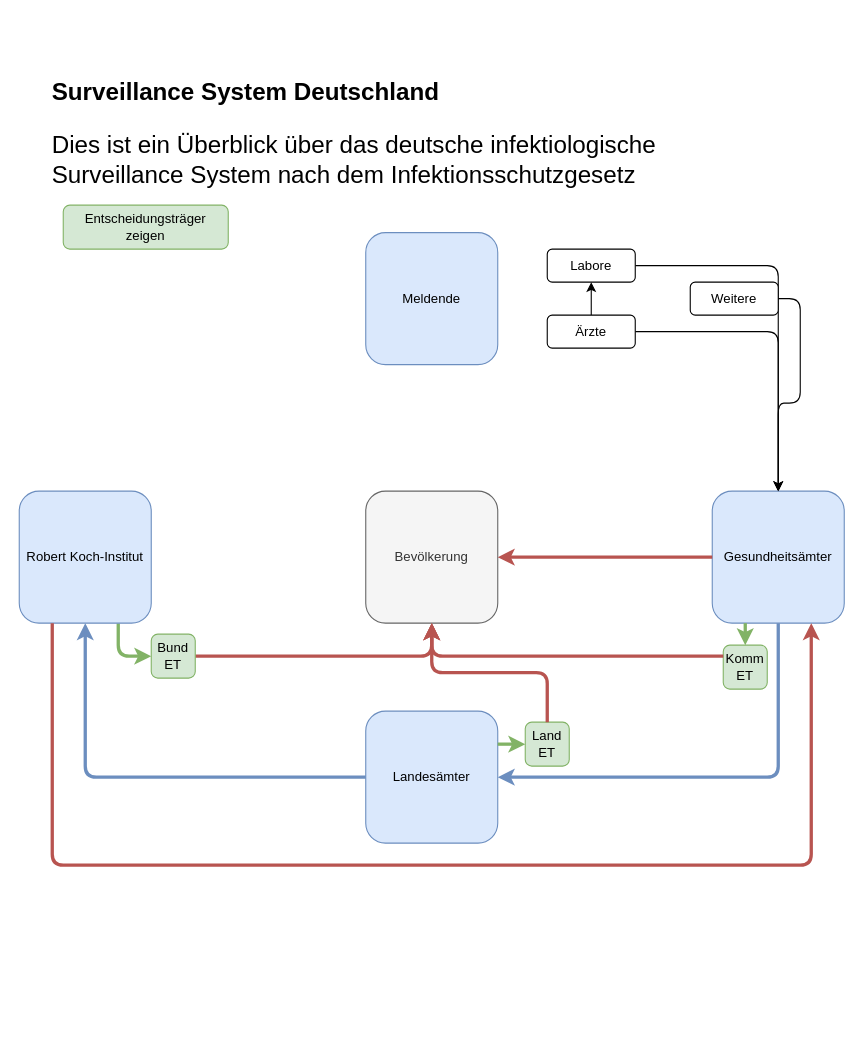
Before: drawio/Surveillance-System-Übersicht.drawio in jakobschumacher/graphs, a draw.io diagram. Source tidied: cells renumbered, new cells numbered last; positions are measured from the earlier drawing's top-left corner, leaving out a move shared by most shapes. Both pictures are drawn from the tidied source at 110%, with x=0, y=0 at pixel (19, 73).
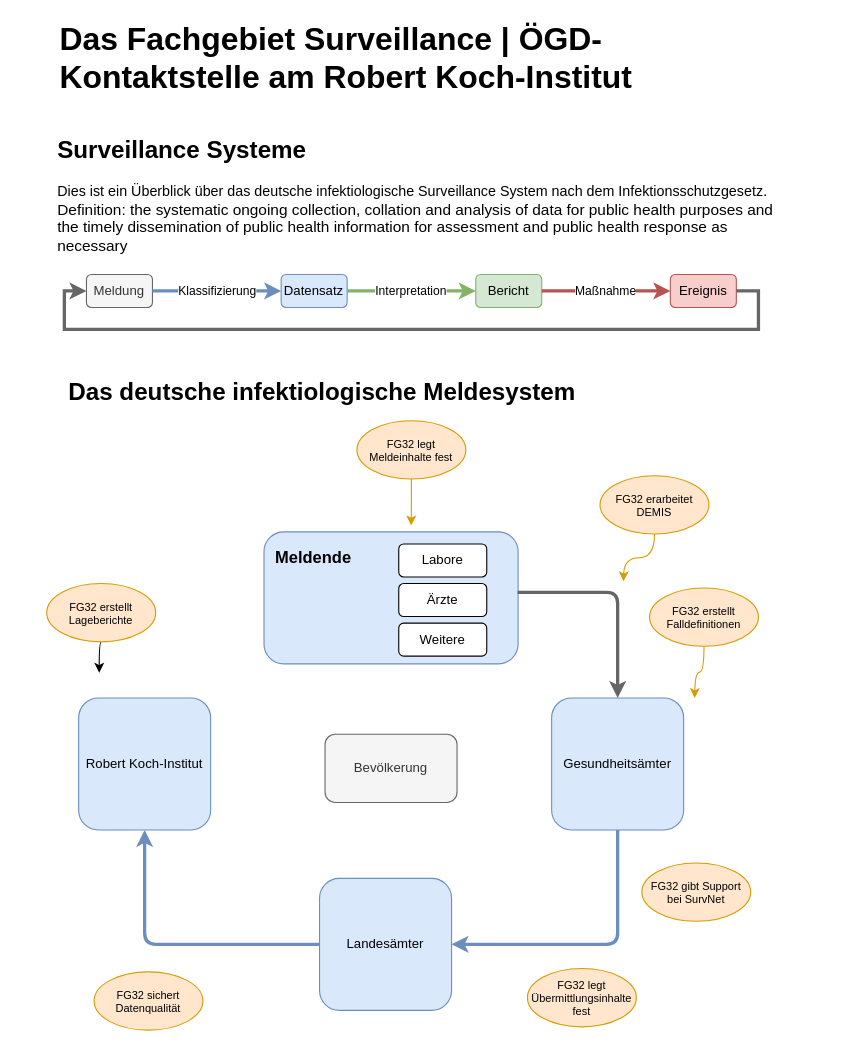
The same diagram, later.

What changed in the source:
```diff
@@
-    <mxCell id="2" style="edgeStyle=orthogonalEdgeStyle;rounded=1;jettySize=auto;html=1;entryX=0.5;entryY=0;entryDx=0;entryDy=0;" parent="1" edge="1" source="3" target="7">
-      <mxGeometry relative="1" as="geometry" />
-    </mxCell>
+    <mxCell id="21" value="Meldende" style="rounded=1;whiteSpace=wrap;html=1;fillColor=#dae8fc;strokeColor=#6c8ebf;align=left;spacing=10;verticalAlign=top;fontStyle=1;fontSize=15;" parent="1" vertex="1">
+      <mxGeometry x="222.5" y="417" width="231" height="120" as="geometry" />
+    </mxCell>
     <mxCell id="3" value="Labore" style="rounded=1;whiteSpace=wrap;html=1;" parent="1" vertex="1">
-      <mxGeometry x="480" y="160" width="80" height="30" as="geometry" />
+      <mxGeometry x="345" y="428" width="80" height="30" as="geometry" />
     </mxCell>
-    <mxCell id="4" style="edgeStyle=orthogonalEdgeStyle;rounded=1;jettySize=auto;html=1;exitX=1;exitY=0.5;exitDx=0;exitDy=0;entryX=0.5;entryY=0;entryDx=0;entryDy=0;" parent="1" edge="1" source="6" target="7">
-      <mxGeometry relative="1" as="geometry" />
-    </mxCell>
-    <mxCell id="5" style="edgeStyle=orthogonalEdgeStyle;rounded=1;jettySize=auto;html=1;exitX=0.5;exitY=0;exitDx=0;exitDy=0;entryX=0.5;entryY=1;entryDx=0;entryDy=0;" parent="1" edge="1" source="6" target="3">
-      <mxGeometry relative="1" as="geometry" />
-    </mxCell>
     <mxCell id="6" value="Ärzte" style="rounded=1;whiteSpace=wrap;html=1;" parent="1" vertex="1">
-      <mxGeometry x="480" y="220" width="80" height="30" as="geometry" />
+      <mxGeometry x="345" y="464" width="80" height="30" as="geometry" />
     </mxCell>
     <mxCell id="7" value="Gesundheitsämter" style="rounded=1;whiteSpace=wrap;html=1;fillColor=#dae8fc;strokeColor=#6c8ebf;" parent="1" vertex="1">
-      <mxGeometry x="630" y="380" width="120" height="120" as="geometry" />
+      <mxGeometry x="484" y="568" width="120" height="120" as="geometry" />
     </mxCell>
     <mxCell id="8" value="Landesämter" style="rounded=1;whiteSpace=wrap;html=1;fillColor=#dae8fc;strokeColor=#6c8ebf;" parent="1" vertex="1">
-      <mxGeometry x="315" y="580" width="120" height="120" as="geometry" />
+      <mxGeometry x="273" y="732" width="120" height="120" as="geometry" />
     </mxCell>
-    <mxCell id="9" style="edgeStyle=orthogonalEdgeStyle;rounded=1;jettySize=auto;html=1;exitX=0.75;exitY=1;exitDx=0;exitDy=0;entryX=0;entryY=0.5;entryDx=0;entryDy=0;fontSize=22;fillColor=#d5e8d4;strokeColor=#82b366;strokeWidth=3;" parent="1" edge="1" source="10" target="19">
-      <mxGeometry relative="1" as="geometry" />
-    </mxCell>
     <mxCell id="10" value="Robert Koch-Institut" style="rounded=1;whiteSpace=wrap;html=1;fillColor=#dae8fc;strokeColor=#6c8ebf;" parent="1" vertex="1">
-      <mxGeometry y="380" width="120" height="120" as="geometry" />
+      <mxGeometry x="54" y="568" width="120" height="120" as="geometry" />
     </mxCell>
@@
     <mxCell id="13" value="Weitere " style="rounded=1;whiteSpace=wrap;html=1;" parent="1" vertex="1">
-      <mxGeometry x="610" y="190" width="80" height="30" as="geometry" />
+      <mxGeometry x="345" y="500" width="80" height="30" as="geometry" />
     </mxCell>
-    <mxCell id="14" style="edgeStyle=orthogonalEdgeStyle;rounded=1;jettySize=auto;html=1;entryX=0.5;entryY=0;entryDx=0;entryDy=0;exitX=1;exitY=0.5;exitDx=0;exitDy=0;" parent="1" edge="1" source="13" target="7">
+    <mxCell id="14" style="edgeStyle=orthogonalEdgeStyle;rounded=1;jettySize=auto;html=1;entryX=0.5;entryY=0;entryDx=0;entryDy=0;fillColor=#f5f5f5;strokeColor=#666666;strokeWidth=3;exitX=0.998;exitY=0.458;exitDx=0;exitDy=0;exitPerimeter=0;" parent="1" edge="1" source="21" target="7">
       <mxGeometry relative="1" as="geometry" />
     </mxCell>
     <mxCell id="15" value="Bevölkerung" style="rounded=1;whiteSpace=wrap;html=1;fillColor=#f5f5f5;strokeColor=#666666;fontColor=#333333;" parent="1" vertex="1">
-      <mxGeometry x="315" y="380" width="120" height="120" as="geometry" />
+      <mxGeometry x="278" y="601" width="120" height="62" as="geometry" />
     </mxCell>
-    <mxCell id="16" value="&lt;div&gt;Land&lt;/div&gt;&lt;div&gt;ET&lt;br&gt;&lt;/div&gt;" style="rounded=1;whiteSpace=wrap;html=1;fillColor=#d5e8d4;strokeColor=#82b366;" parent="1" vertex="1">
-      <mxGeometry x="460" y="590" width="40" height="40" as="geometry" />
-    </mxCell>
-    <mxCell id="17" value="&lt;h1 style=&quot;font-size: 22px&quot;&gt;Surveillance System Deutschland&lt;/h1&gt;&lt;p style=&quot;font-size: 22px&quot;&gt;Dies ist ein Überblick über das deutsche infektiologische Surveillance System nach dem Infektionsschutzgesetz&lt;br&gt;&lt;/p&gt;" style="text;html=1;strokeColor=none;fillColor=none;spacing=5;spacingTop=-20;whiteSpace=wrap;overflow=hidden;rounded=0;fontSize=22;" parent="1" vertex="1">
-      <mxGeometry x="25" width="670" height="110" as="geometry" />
+    <mxCell id="17" value="&lt;h1 style=&quot;font-size: 22px&quot;&gt;Surveillance Systeme&lt;br&gt;&lt;/h1&gt;&lt;p style=&quot;font-size: 13px;&quot;&gt;Dies ist ein Überblick über das deutsche infektiologische Surveillance System nach dem Infektionsschutzgesetz&lt;font style=&quot;font-size: 14px;&quot;&gt;. Definition: the systematic ongoing collection, collation and analysis of data for public health purposes and the timely dissemination of public health information for assessment and public health response as necessary&lt;/font&gt;&lt;/p&gt;" style="text;html=1;strokeColor=none;fillColor=none;spacing=5;spacingTop=-20;whiteSpace=wrap;overflow=hidden;rounded=0;fontSize=22;" parent="1" vertex="1">
+      <mxGeometry x="30" y="53" width="668" height="184" as="geometry" />
     </mxCell>
-    <mxCell id="18" style="edgeStyle=orthogonalEdgeStyle;rounded=1;jettySize=auto;html=1;exitX=1;exitY=0.5;exitDx=0;exitDy=0;entryX=0.5;entryY=1;entryDx=0;entryDy=0;fontSize=22;fillColor=#f8cecc;strokeColor=#b85450;strokeWidth=3;" parent="1" edge="1" source="19" target="15">
-      <mxGeometry relative="1" as="geometry" />
-    </mxCell>
-    <mxCell id="19" value="Bund&lt;br&gt;&lt;div&gt;ET&lt;br&gt;&lt;/div&gt;" style="rounded=1;whiteSpace=wrap;html=1;fillColor=#d5e8d4;strokeColor=#82b366;" parent="1" vertex="1">
-      <mxGeometry x="120" y="510" width="40" height="40" as="geometry" />
-    </mxCell>
-    <mxCell id="20" value="&lt;div&gt;Komm&lt;br&gt;&lt;/div&gt;&lt;div&gt;ET&lt;br&gt;&lt;/div&gt;" style="rounded=1;whiteSpace=wrap;html=1;fillColor=#d5e8d4;strokeColor=#82b366;" parent="1" vertex="1">
-      <mxGeometry x="640" y="520" width="40" height="40" as="geometry" />
-    </mxCell>
-    <mxCell id="21" value="Meldende" style="rounded=1;whiteSpace=wrap;html=1;fillColor=#dae8fc;strokeColor=#6c8ebf;" parent="1" vertex="1">
-      <mxGeometry x="315" y="145" width="120" height="120" as="geometry" />
-    </mxCell>
-    <mxCell id="22" value="&lt;div&gt;Entscheidungsträger&lt;/div&gt;&lt;div&gt;zeigen&lt;br&gt;&lt;/div&gt;" style="rounded=1;whiteSpace=wrap;html=1;fillColor=#d5e8d4;strokeColor=#82b366;shadow=0;" parent="1" vertex="1">
-      <mxGeometry x="40" y="120" width="150" height="40" as="geometry" />
-    </mxCell>
-    <mxCell id="23" style="edgeStyle=orthogonalEdgeStyle;rounded=1;jettySize=auto;html=1;exitX=0;exitY=0.5;exitDx=0;exitDy=0;entryX=1;entryY=0.5;entryDx=0;entryDy=0;fontSize=22;fillColor=#f8cecc;strokeColor=#b85450;strokeWidth=3;" parent="1" edge="1" source="7" target="15">
-      <mxGeometry relative="1" as="geometry" />
-    </mxCell>
-    <mxCell id="24" style="edgeStyle=orthogonalEdgeStyle;rounded=1;jettySize=auto;html=1;exitX=0.5;exitY=0;exitDx=0;exitDy=0;entryX=0.5;entryY=1;entryDx=0;entryDy=0;fontSize=22;fillColor=#f8cecc;strokeColor=#b85450;strokeWidth=3;" parent="1" edge="1" source="16" target="15">
-      <mxGeometry relative="1" as="geometry" />
-    </mxCell>
-    <mxCell id="25" style="edgeStyle=orthogonalEdgeStyle;rounded=1;jettySize=auto;html=1;exitX=1;exitY=0.25;exitDx=0;exitDy=0;entryX=0;entryY=0.5;entryDx=0;entryDy=0;fontSize=22;fillColor=#d5e8d4;strokeColor=#82b366;strokeWidth=3;" parent="1" edge="1" source="8" target="16">
-      <mxGeometry relative="1" as="geometry" />
-    </mxCell>
-    <mxCell id="26" style="edgeStyle=orthogonalEdgeStyle;rounded=1;jettySize=auto;html=1;exitX=0.25;exitY=1;exitDx=0;exitDy=0;fontSize=22;fillColor=#d5e8d4;strokeColor=#82b366;strokeWidth=3;entryX=0.5;entryY=0;entryDx=0;entryDy=0;" parent="1" edge="1" source="7" target="20">
-      <mxGeometry relative="1" as="geometry" />
-    </mxCell>
-    <mxCell id="27" style="edgeStyle=orthogonalEdgeStyle;rounded=1;jettySize=auto;html=1;exitX=0;exitY=0.25;exitDx=0;exitDy=0;entryX=0.5;entryY=1;entryDx=0;entryDy=0;fontSize=22;fillColor=#f8cecc;strokeColor=#b85450;strokeWidth=3;" parent="1" edge="1" source="20" target="15">
-      <mxGeometry relative="1" as="geometry" />
-    </mxCell>
-    <mxCell id="28" style="edgeStyle=orthogonalEdgeStyle;rounded=1;jettySize=auto;html=1;exitX=0.25;exitY=1;exitDx=0;exitDy=0;entryX=0.75;entryY=1;entryDx=0;entryDy=0;fontSize=22;fillColor=#f8cecc;strokeColor=#b85450;strokeWidth=3;" parent="1" edge="1" source="10" target="7">
-      <mxGeometry relative="1" as="geometry">
-        <Array as="points">
-          <mxPoint x="30" y="720" />
-          <mxPoint x="720" y="720" />
-        </Array>
-      </mxGeometry>
-    </mxCell>
+    <mxCell id="29" style="edgeStyle=orthogonalEdgeStyle;curved=1;jettySize=auto;html=1;exitX=0.5;exitY=1;exitDx=0;exitDy=0;fontSize=10;endArrow=classic;endFill=1;strokeWidth=1;fillColor=#ffe6cc;strokeColor=#d79b00;" parent="1" edge="1" source="30">
+      <mxGeometry relative="1" as="geometry">
+        <mxPoint x="614" y="568" as="targetPoint" />
+      </mxGeometry>
+    </mxCell>
+    <mxCell id="30" value="FG32 erstellt Falldefinitionen" style="ellipse;whiteSpace=wrap;html=1;fontSize=10;fillColor=#ffe6cc;strokeColor=#d79b00;" parent="1" vertex="1">
+      <mxGeometry x="573" y="468" width="99" height="53" as="geometry" />
+    </mxCell>
+    <mxCell id="31" style="group;" parent="1" vertex="1">
+      <mxGeometry x="41" y="183" width="631" height="50" as="geometry" />
+    </mxCell>
+    <mxCell id="32" value="Meldung" style="rounded=1;whiteSpace=wrap;html=1;fillColor=#f5f5f5;fontColor=#333333;strokeColor=#666666;" parent="31" vertex="1">
+      <mxGeometry x="20.1" width="60" height="30" as="geometry" />
+    </mxCell>
+    <mxCell id="33" value="Datensatz" style="rounded=1;whiteSpace=wrap;html=1;fillColor=#dae8fc;strokeColor=#6c8ebf;" parent="31" vertex="1">
+      <mxGeometry x="197.1" width="60" height="30" as="geometry" />
+    </mxCell>
+    <mxCell id="34" value="&lt;div&gt;Klassifizierung&lt;/div&gt;" style="edgeStyle=orthogonalEdgeStyle;rounded=0;jettySize=auto;html=1;exitX=1;exitY=0.5;exitDx=0;exitDy=0;entryX=0;entryY=0.5;entryDx=0;entryDy=0;fillColor=#dae8fc;strokeColor=#6c8ebf;strokeWidth=3;" parent="31" edge="1" source="32" target="33">
+      <mxGeometry relative="1" as="geometry" />
+    </mxCell>
+    <mxCell id="35" value="Bericht" style="rounded=1;whiteSpace=wrap;html=1;fillColor=#d5e8d4;strokeColor=#82b366;" parent="31" vertex="1">
+      <mxGeometry x="374" width="60" height="30" as="geometry" />
+    </mxCell>
+    <mxCell id="36" value="Interpretation" style="edgeStyle=orthogonalEdgeStyle;rounded=0;jettySize=auto;html=1;exitX=1;exitY=0.5;exitDx=0;exitDy=0;fillColor=#d5e8d4;strokeColor=#82b366;strokeWidth=3;" parent="31" edge="1" source="33" target="35">
+      <mxGeometry relative="1" as="geometry" />
+    </mxCell>
+    <mxCell id="37" value="Ereignis" style="rounded=1;whiteSpace=wrap;html=1;fillColor=#f8cecc;strokeColor=#b85450;" parent="31" vertex="1">
+      <mxGeometry x="550.9" width="60" height="30" as="geometry" />
+    </mxCell>
+    <mxCell id="38" value="Maßnahme" style="edgeStyle=orthogonalEdgeStyle;rounded=0;jettySize=auto;html=1;exitX=1;exitY=0.5;exitDx=0;exitDy=0;entryX=0;entryY=0.5;entryDx=0;entryDy=0;fillColor=#f8cecc;strokeColor=#b85450;strokeWidth=3;" parent="31" edge="1" source="35" target="37">
+      <mxGeometry relative="1" as="geometry" />
+    </mxCell>
+    <mxCell id="39" style="edgeStyle=orthogonalEdgeStyle;rounded=0;jettySize=auto;html=1;exitX=1;exitY=0.5;exitDx=0;exitDy=0;entryX=0;entryY=0.5;entryDx=0;entryDy=0;fontSize=13;endArrow=classic;endFill=1;strokeWidth=3;fillColor=#f5f5f5;strokeColor=#666666;" parent="31" edge="1" source="37" target="32">
+      <mxGeometry relative="1" as="geometry">
+        <Array as="points">
+          <mxPoint x="631" y="15" />
+          <mxPoint x="631" y="50" />
+          <mxPoint y="50" />
+          <mxPoint y="15" />
+        </Array>
+      </mxGeometry>
+    </mxCell>
+    <mxCell id="40" style="edgeStyle=orthogonalEdgeStyle;curved=1;jettySize=auto;html=1;exitX=0.5;exitY=1;exitDx=0;exitDy=0;fontSize=14;endArrow=classic;endFill=1;strokeWidth=1;fillColor=#ffe6cc;strokeColor=#d79b00;" parent="1" edge="1" source="41">
+      <mxGeometry relative="1" as="geometry">
+        <mxPoint x="549.3" y="462" as="targetPoint" />
+      </mxGeometry>
+    </mxCell>
+    <mxCell id="41" value="FG32 erarbeitet DEMIS" style="ellipse;whiteSpace=wrap;html=1;fontSize=10;fillColor=#ffe6cc;strokeColor=#d79b00;" parent="1" vertex="1">
+      <mxGeometry x="528" y="366" width="99" height="53" as="geometry" />
+    </mxCell>
+    <mxCell id="42" style="edgeStyle=orthogonalEdgeStyle;curved=1;jettySize=auto;html=1;exitX=0.5;exitY=1;exitDx=0;exitDy=0;fontSize=14;endArrow=classic;endFill=1;strokeWidth=1;fillColor=#ffe6cc;strokeColor=#d79b00;" parent="1" edge="1" source="43">
+      <mxGeometry relative="1" as="geometry">
+        <mxPoint x="356.3" y="411.2" as="targetPoint" />
+      </mxGeometry>
+    </mxCell>
+    <mxCell id="43" value="FG32 legt Meldeinhalte fest" style="ellipse;whiteSpace=wrap;html=1;fontSize=10;fillColor=#ffe6cc;strokeColor=#d79b00;" parent="1" vertex="1">
+      <mxGeometry x="307" y="316" width="99" height="53" as="geometry" />
+    </mxCell>
+    <mxCell id="44" style="edgeStyle=orthogonalEdgeStyle;curved=1;jettySize=auto;html=1;exitX=0.5;exitY=1;exitDx=0;exitDy=0;fontSize=14;endArrow=classic;endFill=1;strokeWidth=1;" parent="1" edge="1" source="45">
+      <mxGeometry relative="1" as="geometry">
+        <mxPoint x="72.7" y="545.1" as="targetPoint" />
+      </mxGeometry>
+    </mxCell>
+    <mxCell id="45" value="FG32 erstellt Lageberichte" style="ellipse;whiteSpace=wrap;html=1;fontSize=10;fillColor=#ffe6cc;strokeColor=#d79b00;" parent="1" vertex="1">
+      <mxGeometry x="25" y="464" width="99" height="53" as="geometry" />
+    </mxCell>
+    <mxCell id="46" value="FG32 legt Übermittlungsinhalte fest" style="ellipse;whiteSpace=wrap;html=1;fontSize=10;fillColor=#ffe6cc;strokeColor=#d79b00;" parent="1" vertex="1">
+      <mxGeometry x="462" y="814" width="99" height="53" as="geometry" />
+    </mxCell>
+    <mxCell id="47" value="FG32 gibt Support bei SurvNet" style="ellipse;whiteSpace=wrap;html=1;fontSize=10;fillColor=#ffe6cc;strokeColor=#d79b00;" parent="1" vertex="1">
+      <mxGeometry x="566" y="718" width="99" height="53" as="geometry" />
+    </mxCell>
+    <mxCell id="48" value="FG32 sichert Datenqualität" style="ellipse;whiteSpace=wrap;html=1;fontSize=10;fillColor=#ffe6cc;strokeColor=#d79b00;" parent="1" vertex="1">
+      <mxGeometry x="68" y="817" width="99" height="53" as="geometry" />
+    </mxCell>
+    <mxCell id="49" value="Das deutsche infektiologische Meldesystem" style="text;html=1;strokeColor=none;fillColor=none;align=center;verticalAlign=middle;whiteSpace=wrap;rounded=0;fontSize=22;fontStyle=1;" parent="1" vertex="1">
+      <mxGeometry x="28" y="276" width="495" height="30" as="geometry" />
+    </mxCell>
+    <mxCell id="50" value="Das Fachgebiet Surveillance | ÖGD-Kontaktstelle am Robert Koch-Institut" style="text;html=1;strokeColor=none;fillColor=none;align=left;verticalAlign=middle;whiteSpace=wrap;rounded=0;fontSize=29;fontStyle=1;" parent="1" vertex="1">
+      <mxGeometry x="35" y="-29" width="651" height="30" as="geometry" />
+    </mxCell>
+    <mxCell id="51" style="edgeStyle=orthogonalEdgeStyle;curved=1;orthogonalLoop=1;jettySize=auto;html=1;exitX=0.5;exitY=1;exitDx=0;exitDy=0;fontSize=29;endArrow=classic;endFill=1;strokeWidth=1;" parent="1" edge="1" source="50" target="50">
+      <mxGeometry relative="1" as="geometry" />
+    </mxCell>
```
